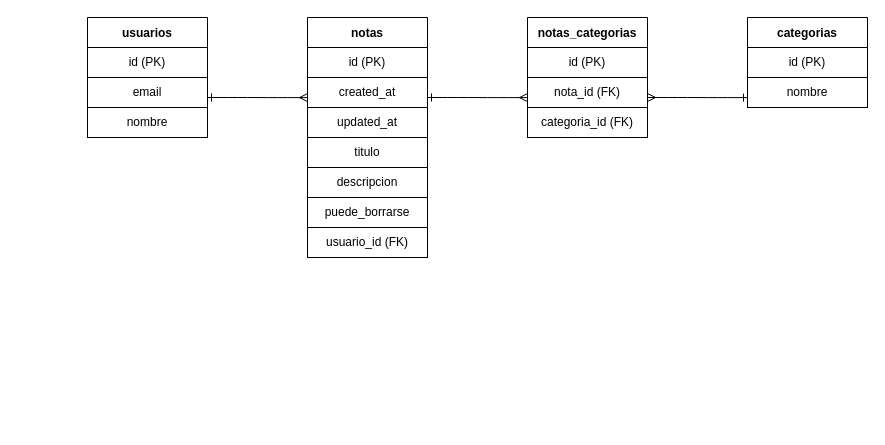
Before: Untitled Diagram.drawio in AlejoBonadeo/Base-de-datos-entregable, a draw.io diagram. Source tidied: cells renumbered, new cells numbered last; positions are measured from the earlier drawing's top-left corner, leaving out a move shared by most shapes. Both pictures are drawn from the tidied source at 100%, with x=0, y=0 at pixel (87, 17).
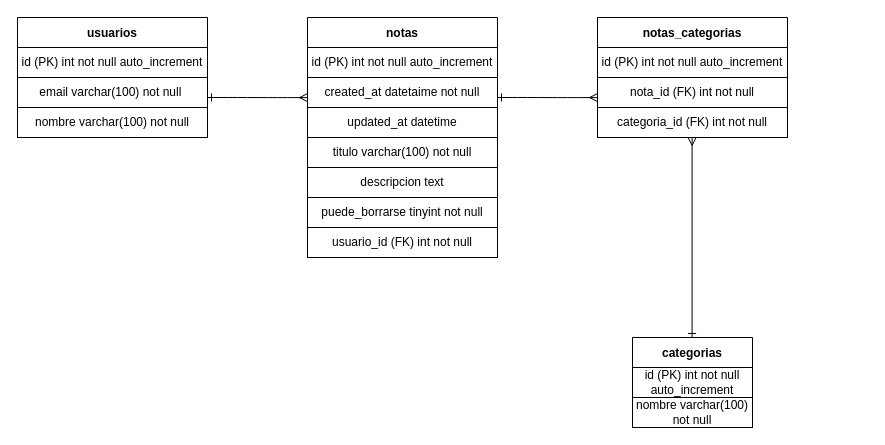
Above is the later version.

What changed in the source:
```diff
@@
     <mxCell id="2" value="usuarios" style="swimlane;startSize=30;" parent="1" vertex="1">
-      <mxGeometry width="120" height="120" as="geometry" />
+      <mxGeometry x="-70" width="190" height="120" as="geometry" />
     </mxCell>
-    <mxCell id="3" value="id (PK)" style="rounded=0;whiteSpace=wrap;html=1;" parent="2" vertex="1">
-      <mxGeometry y="30" width="120" height="30" as="geometry" />
+    <mxCell id="3" value="id (PK) int not null auto_increment" style="rounded=0;whiteSpace=wrap;html=1;" parent="2" vertex="1">
+      <mxGeometry y="30" width="190" height="30" as="geometry" />
     </mxCell>
-    <mxCell id="4" value="email" style="rounded=0;whiteSpace=wrap;html=1;" parent="2" vertex="1">
-      <mxGeometry y="60" width="120" height="30" as="geometry" />
+    <mxCell id="4" value="email varchar(100) not null&amp;nbsp;" style="rounded=0;whiteSpace=wrap;html=1;" parent="2" vertex="1">
+      <mxGeometry y="60" width="190" height="30" as="geometry" />
     </mxCell>
-    <mxCell id="5" value="nombre" style="rounded=0;whiteSpace=wrap;html=1;" parent="2" vertex="1">
-      <mxGeometry y="90" width="120" height="30" as="geometry" />
+    <mxCell id="5" value="nombre varchar(100) not null" style="rounded=0;whiteSpace=wrap;html=1;" parent="2" vertex="1">
+      <mxGeometry y="90" width="190" height="30" as="geometry" />
     </mxCell>
     <mxCell id="6" value="notas" style="swimlane;startSize=30;" parent="1" vertex="1">
-      <mxGeometry x="220" width="120" height="120" as="geometry" />
+      <mxGeometry x="220" width="190" height="120" as="geometry" />
     </mxCell>
-    <mxCell id="7" value="id (PK)" style="rounded=0;whiteSpace=wrap;html=1;" parent="6" vertex="1">
-      <mxGeometry y="30" width="120" height="30" as="geometry" />
+    <mxCell id="7" value="id (PK) int not null auto_increment" style="rounded=0;whiteSpace=wrap;html=1;" parent="6" vertex="1">
+      <mxGeometry y="30" width="190" height="30" as="geometry" />
     </mxCell>
-    <mxCell id="8" value="created_at" style="rounded=0;whiteSpace=wrap;html=1;" parent="6" vertex="1">
-      <mxGeometry y="60" width="120" height="30" as="geometry" />
+    <mxCell id="8" value="created_at datetaime not null" style="rounded=0;whiteSpace=wrap;html=1;" parent="6" vertex="1">
+      <mxGeometry y="60" width="190" height="30" as="geometry" />
     </mxCell>
-    <mxCell id="9" value="updated_at" style="rounded=0;whiteSpace=wrap;html=1;" parent="6" vertex="1">
-      <mxGeometry y="90" width="120" height="30" as="geometry" />
+    <mxCell id="9" value="updated_at datetime" style="rounded=0;whiteSpace=wrap;html=1;" parent="6" vertex="1">
+      <mxGeometry y="90" width="190" height="30" as="geometry" />
     </mxCell>
-    <mxCell id="10" value="titulo" style="rounded=0;whiteSpace=wrap;html=1;" parent="1" vertex="1">
-      <mxGeometry x="220" y="120" width="120" height="30" as="geometry" />
+    <mxCell id="10" value="titulo varchar(100) not null" style="rounded=0;whiteSpace=wrap;html=1;" parent="1" vertex="1">
+      <mxGeometry x="220" y="120" width="190" height="30" as="geometry" />
     </mxCell>
-    <mxCell id="11" value="descripcion" style="rounded=0;whiteSpace=wrap;html=1;" parent="1" vertex="1">
-      <mxGeometry x="220" y="150" width="120" height="30" as="geometry" />
+    <mxCell id="11" value="descripcion text" style="rounded=0;whiteSpace=wrap;html=1;" parent="1" vertex="1">
+      <mxGeometry x="220" y="150" width="190" height="30" as="geometry" />
     </mxCell>
-    <mxCell id="12" value="puede_borrarse" style="rounded=0;whiteSpace=wrap;html=1;" parent="1" vertex="1">
-      <mxGeometry x="220" y="180" width="120" height="30" as="geometry" />
+    <mxCell id="12" value="puede_borrarse tinyint not null" style="rounded=0;whiteSpace=wrap;html=1;" parent="1" vertex="1">
+      <mxGeometry x="220" y="180" width="190" height="30" as="geometry" />
     </mxCell>
-    <mxCell id="13" value="usuario_id (FK)" style="rounded=0;whiteSpace=wrap;html=1;" parent="1" vertex="1">
-      <mxGeometry x="220" y="210" width="120" height="30" as="geometry" />
+    <mxCell id="13" value="usuario_id (FK) int not null" style="rounded=0;whiteSpace=wrap;html=1;" parent="1" vertex="1">
+      <mxGeometry x="220" y="210" width="190" height="30" as="geometry" />
     </mxCell>
     <mxCell id="14" style="edgeStyle=entityRelationEdgeStyle;endArrow=ERmany;startArrow=ERone;endFill=0;startFill=0;entryX=0;entryY=0.193;entryDx=0;entryDy=0;entryPerimeter=0;" parent="1" edge="1">
       <mxGeometry relative="1" as="geometry">
-        <mxPoint x="340" y="80" as="sourcePoint" />
-        <mxPoint x="440" y="80.1" as="targetPoint" />
+        <mxPoint x="410" y="80" as="sourcePoint" />
+        <mxPoint x="510" y="80.1" as="targetPoint" />
       </mxGeometry>
     </mxCell>
-    <mxCell id="15" style="edgeStyle=entityRelationEdgeStyle;endArrow=ERone;startArrow=ERmany;endFill=0;startFill=0;entryX=0;entryY=0.193;entryDx=0;entryDy=0;entryPerimeter=0;" parent="1" edge="1">
-      <mxGeometry relative="1" as="geometry">
-        <mxPoint x="560" y="80" as="sourcePoint" />
-        <mxPoint x="660" y="80.1" as="targetPoint" />
-      </mxGeometry>
-    </mxCell>
     <mxCell id="16" value="notas_categorias" style="swimlane;startSize=30;" parent="1" vertex="1">
-      <mxGeometry x="440" width="120" height="120" as="geometry" />
+      <mxGeometry x="510" width="190" height="120" as="geometry" />
     </mxCell>
-    <mxCell id="17" value="id (PK)" style="rounded=0;whiteSpace=wrap;html=1;" parent="16" vertex="1">
-      <mxGeometry y="30" width="120" height="30" as="geometry" />
+    <mxCell id="17" value="id (PK) int not null auto_increment" style="rounded=0;whiteSpace=wrap;html=1;" parent="16" vertex="1">
+      <mxGeometry y="30" width="190" height="30" as="geometry" />
     </mxCell>
-    <mxCell id="18" value="nota_id (FK)" style="rounded=0;whiteSpace=wrap;html=1;" parent="16" vertex="1">
-      <mxGeometry y="60" width="120" height="30" as="geometry" />
+    <mxCell id="18" value="nota_id (FK) int not null" style="rounded=0;whiteSpace=wrap;html=1;" parent="16" vertex="1">
+      <mxGeometry y="60" width="190" height="30" as="geometry" />
     </mxCell>
-    <mxCell id="19" value="categoria_id (FK)" style="rounded=0;whiteSpace=wrap;html=1;" parent="16" vertex="1">
-      <mxGeometry y="90" width="120" height="30" as="geometry" />
+    <mxCell id="19" value="categoria_id (FK) int not null" style="rounded=0;whiteSpace=wrap;html=1;" parent="16" vertex="1">
+      <mxGeometry y="90" width="190" height="30" as="geometry" />
     </mxCell>
@@
     <mxCell id="21" value="categorias" style="swimlane;startSize=30;" parent="1" vertex="1">
-      <mxGeometry x="660" width="120" height="90" as="geometry" />
+      <mxGeometry x="545" y="320" width="120" height="90" as="geometry" />
     </mxCell>
-    <mxCell id="22" value="id (PK)" style="rounded=0;whiteSpace=wrap;html=1;" parent="21" vertex="1">
+    <mxCell id="22" value="id (PK) int not null auto_increment" style="rounded=0;whiteSpace=wrap;html=1;" parent="21" vertex="1">
       <mxGeometry y="30" width="120" height="30" as="geometry" />
     </mxCell>
-    <mxCell id="23" value="nombre" style="rounded=0;whiteSpace=wrap;html=1;" parent="21" vertex="1">
+    <mxCell id="23" value="nombre varchar(100) not null" style="rounded=0;whiteSpace=wrap;html=1;" parent="21" vertex="1">
       <mxGeometry y="60" width="120" height="30" as="geometry" />
     </mxCell>
+    <mxCell id="24" style="endArrow=ERmany;html=1;rounded=0;startArrow=ERone;startFill=0;endFill=0;" parent="1" edge="1">
+      <mxGeometry relative="1" as="geometry">
+        <mxPoint x="604.6" y="320" as="sourcePoint" />
+        <mxPoint x="604.6" y="120" as="targetPoint" />
+      </mxGeometry>
+    </mxCell>
```
